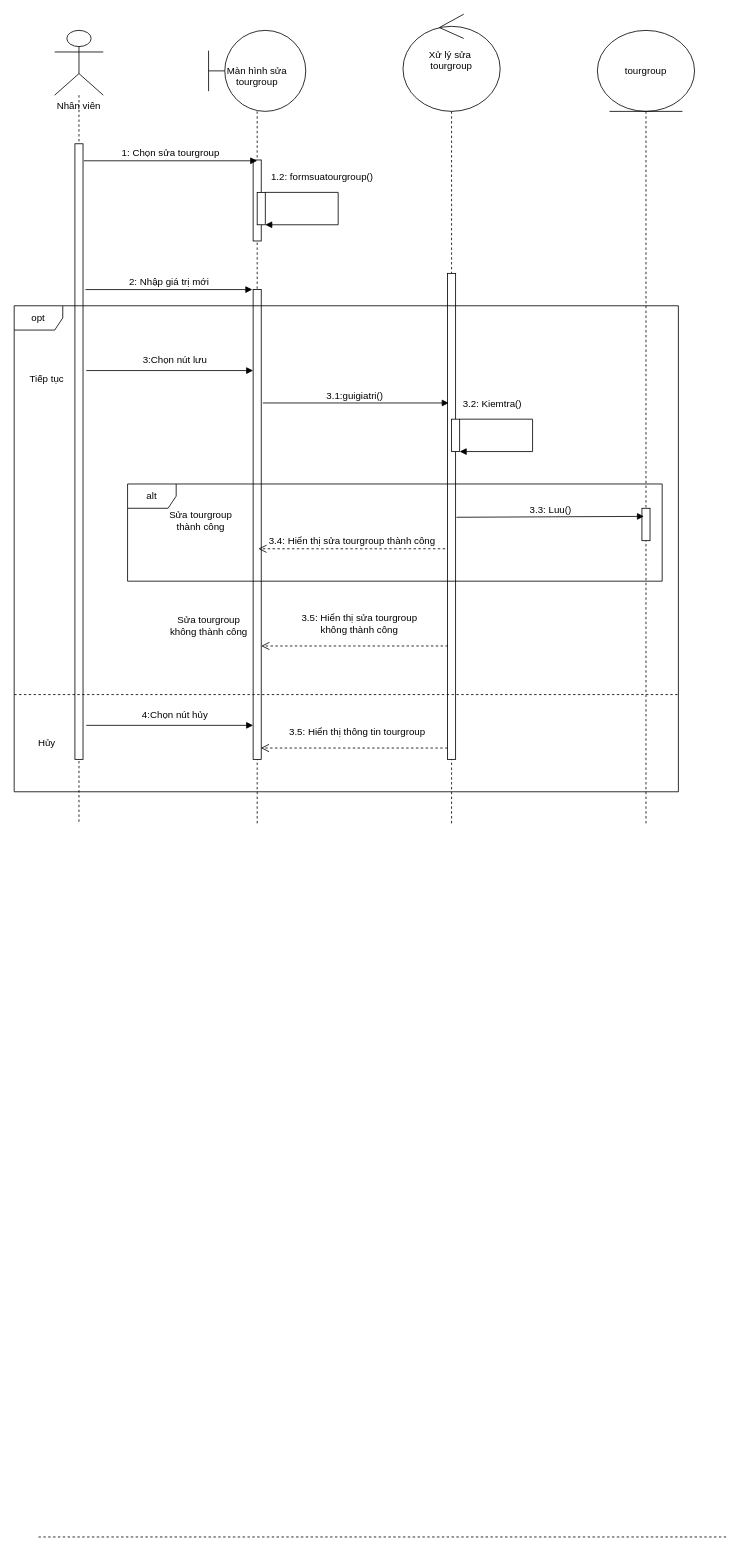
This is document/sequence/sq_edit_tourgroup.drawio from TikTzuki/tourism-application, a draw.io file, before an edit. Source tidied: cells renumbered, new cells numbered last; positions are measured from the earlier drawing's top-left corner, leaving out a move shared by most shapes. Both pictures are drawn from the tidied source at 81%, with x=0, y=0 at pixel (14, 14).
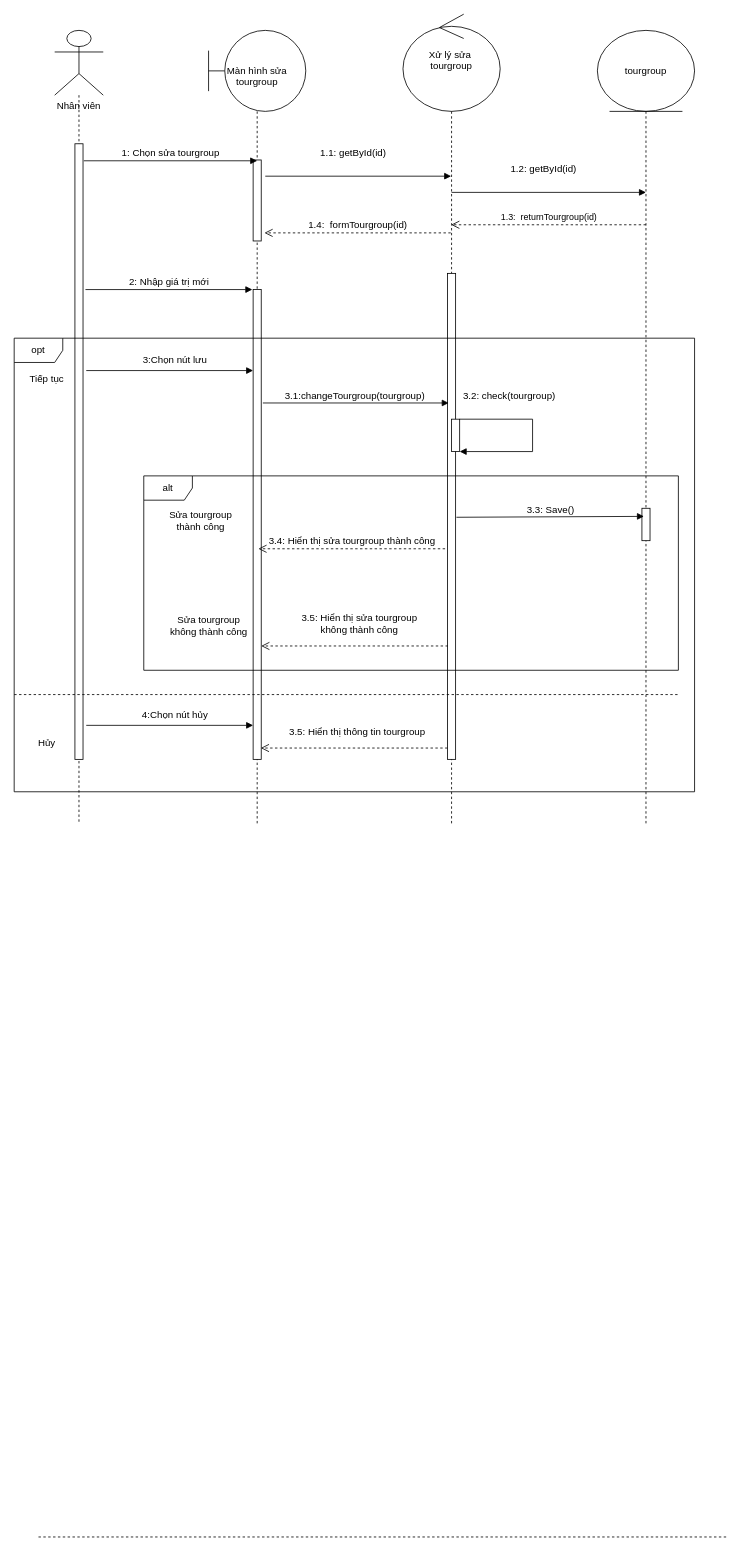
The same page after the edit.

Unchanged cells that the change refers to:
```xml
<mxCell id="7" value="Xử lý sửa&amp;nbsp;&lt;br style=&quot;font-size: 12px&quot;&gt;tourgroup" style="shape=umlLifeline;participant=umlControl;perimeter=lifelinePerimeter;whiteSpace=wrap;html=1;verticalAlign=top;spacingTop=36;outlineConnect=0;size=120;fontSize=12;" parent="1" vertex="1">
  <mxGeometry x="480" width="120" height="1000" as="geometry" />
</mxCell>
```

Diff of the diagram source:
```diff
@@
-    <mxCell id="12" style="html=1;perimeter=orthogonalPerimeter;fontSize=12;" parent="1" vertex="1">
-      <mxGeometry x="300" y="220" width="10" height="40" as="geometry" />
-    </mxCell>
-    <mxCell id="13" value="1.2: formsuatourgroup()" style="html=1;verticalAlign=bottom;endArrow=block;fontSize=12;rounded=0;" parent="1" edge="1">
-      <mxGeometry x="-0.36" y="10" relative="1" as="geometry">
-        <mxPoint x="310" y="220" as="sourcePoint" />
-        <mxPoint x="310" y="260" as="targetPoint" />
-        <Array as="points">
-          <mxPoint x="400" y="220" />
-          <mxPoint x="400" y="260" />
-        </Array>
-      </mxGeometry>
-    </mxCell>
@@
-    <mxCell id="15" value="3.1:guigiatri()&amp;nbsp;" style="html=1;verticalAlign=bottom;endArrow=block;fontSize=12;" parent="1" edge="1">
+    <mxCell id="15" value="3.1:changeTourgroup(tourgroup)&amp;nbsp;" style="html=1;verticalAlign=bottom;endArrow=block;fontSize=12;" parent="1" edge="1">
       <mxGeometry relative="1" as="geometry">
         <mxPoint x="307" y="480" as="sourcePoint" />
         <mxPoint x="536.5" y="480" as="targetPoint" />
       </mxGeometry>
     </mxCell>
@@
-    <mxCell id="18" value="3.2: Kiemtra()" style="html=1;verticalAlign=bottom;endArrow=block;fontSize=12;rounded=0;" parent="1" edge="1">
-      <mxGeometry x="-0.64" y="10" relative="1" as="geometry">
+    <mxCell id="18" value="3.2: check(tourgroup)" style="html=1;verticalAlign=bottom;endArrow=block;fontSize=12;rounded=0;" parent="1" edge="1">
+      <mxGeometry x="-0.45" y="20" relative="1" as="geometry">
         <mxPoint x="550" y="500" as="sourcePoint" />
         <mxPoint x="550" y="540" as="targetPoint" />
         <Array as="points">
           <mxPoint x="640" y="500" />
           <mxPoint x="640" y="540" />
         </Array>
       </mxGeometry>
     </mxCell>
-    <mxCell id="19" value="3.3: Luu()" style="html=1;verticalAlign=bottom;endArrow=block;fontSize=12;exitX=1.3;exitY=0.717;exitDx=0;exitDy=0;exitPerimeter=0;" parent="1" edge="1">
+    <mxCell id="19" value="3.3: Save()" style="html=1;verticalAlign=bottom;endArrow=block;fontSize=12;exitX=1.3;exitY=0.717;exitDx=0;exitDy=0;exitPerimeter=0;" parent="1" edge="1">
       <mxGeometry relative="1" as="geometry">
         <mxPoint x="546" y="621.1" as="sourcePoint" />
         <mxPoint x="777.5" y="620" as="targetPoint" />
       </mxGeometry>
     </mxCell>
@@
     <mxCell id="26" value="opt" style="shape=umlFrame;whiteSpace=wrap;html=1;fontSize=12;" parent="1" vertex="1">
-      <mxGeometry y="360" width="820" height="600" as="geometry" />
+      <mxGeometry y="400" width="840" height="560" as="geometry" />
     </mxCell>
@@
     <mxCell id="30" value="alt" style="shape=umlFrame;whiteSpace=wrap;html=1;fontSize=12;" parent="1" vertex="1">
-      <mxGeometry x="140" y="580" width="660" height="120" as="geometry" />
+      <mxGeometry x="160" y="570" width="660" height="240" as="geometry" />
     </mxCell>
@@
+    <mxCell id="32" value="1.1: getById(id)&amp;nbsp;" style="html=1;verticalAlign=bottom;endArrow=block;fontSize=12;" parent="1" edge="1" target="7">
+      <mxGeometry x="-0.04" y="20" relative="1" as="geometry">
+        <mxPoint x="310" y="200" as="sourcePoint" />
+      </mxGeometry>
+    </mxCell>
+    <mxCell id="33" value="1.2: getById(id)&amp;nbsp;" style="html=1;verticalAlign=bottom;endArrow=block;fontSize=12;" parent="1" edge="1">
+      <mxGeometry x="-0.04" y="20" relative="1" as="geometry">
+        <mxPoint x="540" y="220" as="sourcePoint" />
+        <mxPoint x="780" y="220" as="targetPoint" />
+      </mxGeometry>
+    </mxCell>
+    <mxCell id="34" value="1.3:&amp;nbsp; returnTourgroup(id)" style="html=1;verticalAlign=bottom;endArrow=open;dashed=1;endSize=8;" parent="1" edge="1" target="7">
+      <mxGeometry relative="1" as="geometry">
+        <mxPoint x="780" y="260" as="sourcePoint" />
+      </mxGeometry>
+    </mxCell>
+    <mxCell id="35" value="1.4:&amp;nbsp; formTourgroup(id)" style="html=1;verticalAlign=bottom;endArrow=open;dashed=1;endSize=8;fontSize=12;" parent="1" edge="1">
+      <mxGeometry relative="1" as="geometry">
+        <mxPoint x="539" y="270" as="sourcePoint" />
+        <mxPoint x="309" y="270" as="targetPoint" />
+      </mxGeometry>
+    </mxCell>
```
